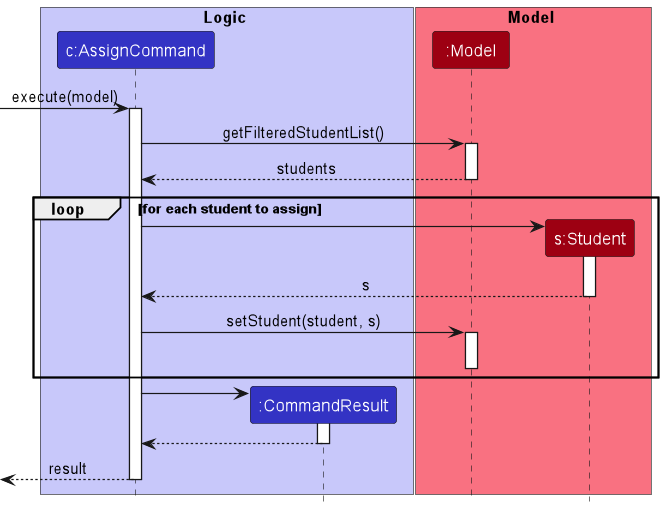
The PlantUML diagram docs/images/AssignCommandSequenceDiagram.png in nus-cs2103-AY2223S1/tp, before a commit.
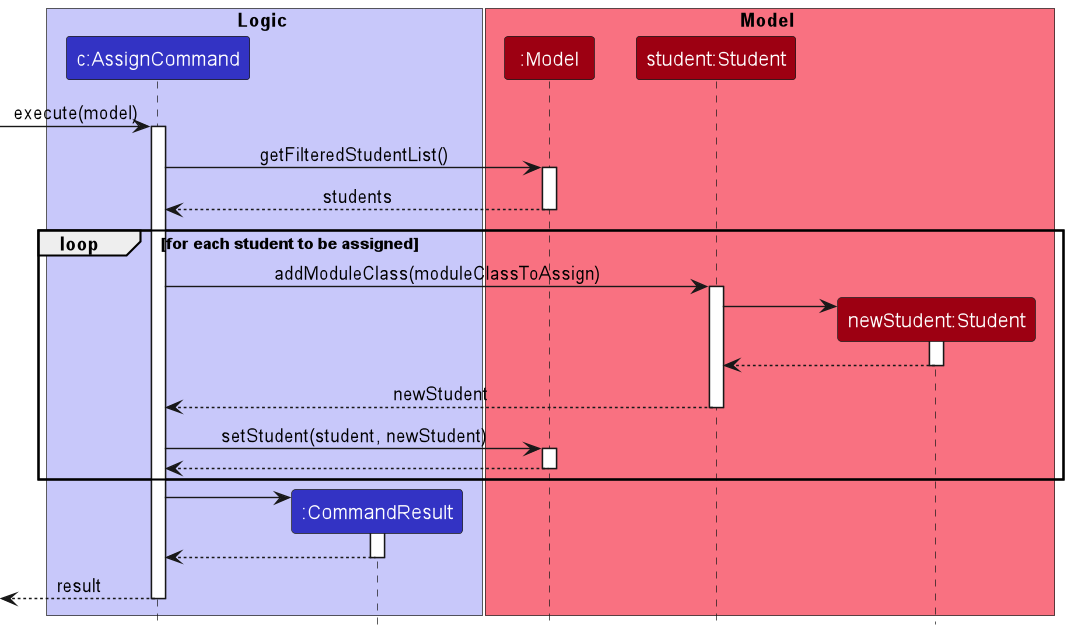
After the change.

Change to the diagram source:
```diff
@@ -8,7 +8,8 @@
 
 box Model MODEL_COLOR_T1
 participant ":Model" as Model MODEL_COLOR
-participant "s:Student" as Student MODEL_COLOR
+participant "student:Student" as Student MODEL_COLOR
+participant "newStudent:Student" as NewStudent MODEL_COLOR
 end box
 
 [-> AssignCommand: execute(model)
@@ -19,14 +20,24 @@
 Model --> AssignCommand: students
 deactivate Model
 
-loop for each student to assign
-    create Student
-    AssignCommand -> Student
+loop for each student to be assigned
+    AssignCommand -> Student: addModuleClass(moduleClassToAssign)
     activate Student
-    Student --> AssignCommand: s
+
+    create NewStudent
+    Student -> NewStudent
+    activate NewStudent
+
+    NewStudent --> Student
+    deactivate NewStudent
+
+    Student --> AssignCommand: newStudent
     deactivate Student
-    AssignCommand -> Model: setStudent(student, s)
+
+    AssignCommand -> Model: setStudent(student, newStudent)
     activate Model
+
+    Model --> AssignCommand
     deactivate Model
 end
 
```
